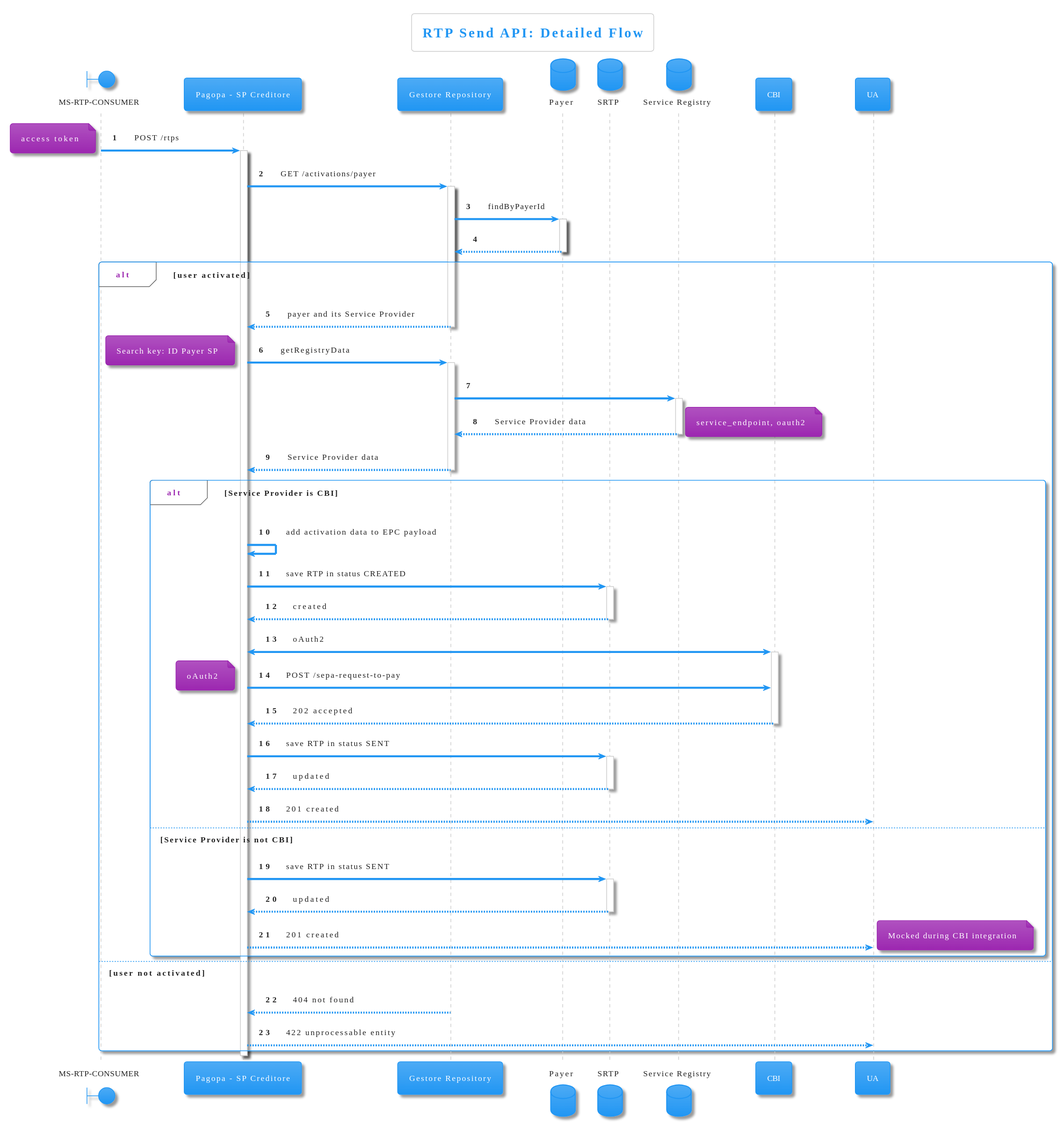
pagopa/rtp-docs keeps this PlantUML diagram as diagrams/send.svg. Above is the earlier version.
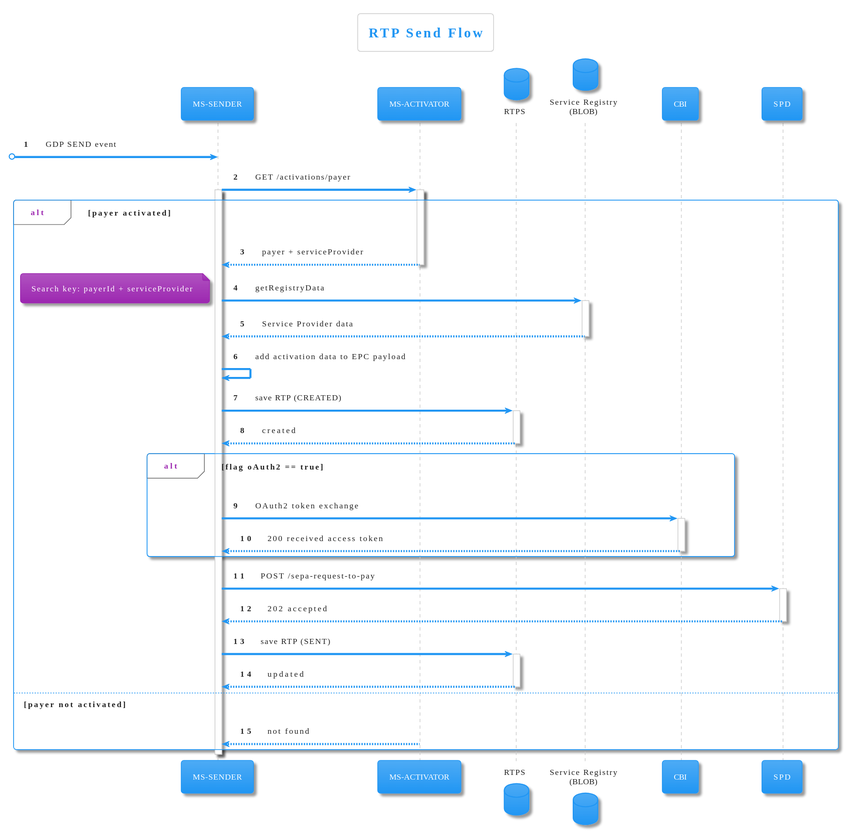
The same diagram one commit later.

Change to the diagram source:
```diff
@@ -2,84 +2,62 @@
 
 !theme materia
 
-title RTP Send API: Detailed Flow
+title RTP Send Flow
 
-boundary "MS-RTP-CONSUMER" as RTPC
-
-participant "Pagopa - SP Creditore" as SPC
-participant "Gestore Repository" as GR
-database "Payer" as Payer
-database "SRTP" as SRTP
-database "Service Registry" as SR
-participant "CBI" as SPD
+participant "MS-SENDER" as SENDER
+participant "MS-ACTIVATOR" as GR
+database "RTPS" as SRTP
+database "Service Registry\n(BLOB)" as SR
+participant "CBI" as CBI
+participant "SPD" as SPD
 
 autonumber
 
-RTPC -> SPC: POST /rtps
-note left: access token
-activate SPC
+[o-> SENDER: GDP SEND event
 
-SPC -> GR: GET /activations/payer
+SENDER -> GR: GET /activations/payer
+activate SENDER
 activate GR
-GR -> Payer: findByPayerId
-activate Payer
-Payer --> GR
-deactivate Payer
 
-alt user activated
-    GR --> SPC: payer and its Service Provider
+alt payer activated
+    GR --> SENDER: payer + serviceProvider
     deactivate GR
 
-    SPC -> GR: getRegistryData
-    note left: Search key: ID Payer SP
-    activate GR
-    GR -> SR
+
+    SENDER -> SR: getRegistryData
     activate SR
-    SR --> GR: Service Provider data
-    note right: service_endpoint, oauth2
+    note left: Search key: payerId + serviceProvider
+    SR --> SENDER: Service Provider data
     deactivate SR
-    GR --> SPC: Service Provider data
-    deactivate GR
 
-    alt Service Provider is CBI
-        SPC -> SPC: add activation data to EPC payload
+    SENDER -> SENDER: add activation data to EPC payload
 
-        SPC -> SRTP: save RTP in status CREATED
-        activate SRTP
-        SRTP --> SPC: created
-        deactivate SRTP
+    SENDER -> SRTP: save RTP (CREATED)
+    activate SRTP
+    SRTP --> SENDER: created
+    deactivate SRTP
 
-        SPC <-> SPD: oAuth2
-        activate SPD
-
-        SPC -> SPD: POST /sepa-request-to-pay
-        note left: oAuth2
-        SPD --> SPC: 202 accepted
-        deactivate SPD
-
-        SPC -> SRTP: save RTP in status SENT
-        activate SRTP
-        SRTP --> SPC: updated
-        deactivate SRTP
-
-        SPC --> UA: 201 created
-
-    else Service Provider is not CBI
-        SPC -> SRTP: save RTP in status SENT
-        activate SRTP
-        SRTP --> SPC: updated
-        deactivate SRTP
-
-        SPC --> UA: 201 created
-        note right: Mocked during CBI integration
+    alt flag oAuth2 == true
+        SENDER -> CBI: OAuth2 token exchange
+        activate CBI
+        CBI --> SENDER: 200 received access token
+        deactivate CBI
     end
 
-else user not activated
-    activate GR
-    GR --> SPC: 404 not found
-    deactivate GR
-    SPC --> UA: 422 unprocessable entity
+    SENDER -> SPD: POST /sepa-request-to-pay
+    activate SPD
+    SPD --> SENDER: 202 accepted
+    deactivate SPD
+
+    SENDER -> SRTP: save RTP (SENT)
+    activate SRTP
+    SRTP --> SENDER: updated
+    deactivate SRTP
+
+else payer not activated
+    GR --> SENDER: not found
 end
 
-deactivate SPC
+
+deactivate SENDER
 @enduml
```
